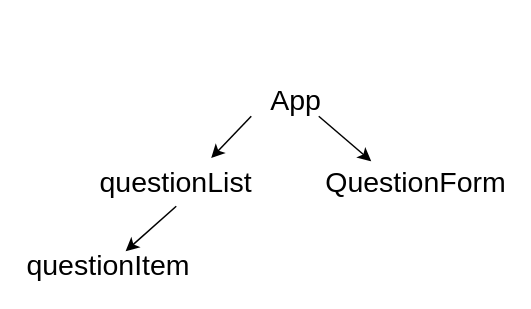
This is public/draw.drawio from Ketchuso/react-hooks-fetch-crud-lab, a draw.io file, before an edit. Source tidied: cells renumbered, new cells numbered last; positions are measured from the earlier drawing's top-left corner, leaving out a move shared by most shapes. Both pictures are drawn from the tidied source at 150%, with x=0, y=0 at pixel (26, 86).
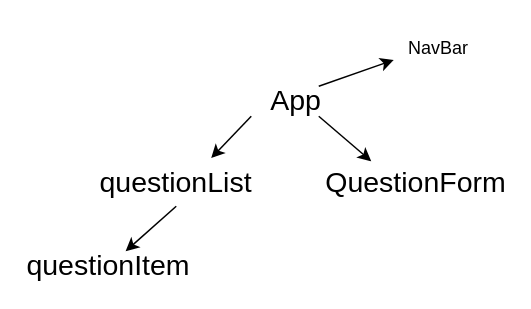
The same diagram, later.

Diff of the diagram source:
```diff
@@
 <mxGraphModel>
   <root>
     <mxCell id="0" />
     <mxCell id="1" parent="0" />
     <mxCell id="2" style="edgeStyle=none;html=1;exitX=0;exitY=1;exitDx=0;exitDy=0;entryX=0.694;entryY=-0.07;entryDx=0;entryDy=0;entryPerimeter=0;fontSize=19;" parent="1" edge="1" source="4" target="6">
       <mxGeometry relative="1" as="geometry" />
     </mxCell>
     <mxCell id="3" style="edgeStyle=none;html=1;exitX=0.75;exitY=1;exitDx=0;exitDy=0;entryX=0.25;entryY=0;entryDx=0;entryDy=0;fontSize=19;" parent="1" edge="1" source="4" target="7">
       <mxGeometry relative="1" as="geometry" />
     </mxCell>
+    <mxCell id="9" style="edgeStyle=none;html=1;exitX=0.75;exitY=0;exitDx=0;exitDy=0;entryX=0;entryY=0.75;entryDx=0;entryDy=0;" parent="1" edge="1" source="4" target="10">
+      <mxGeometry relative="1" as="geometry" />
+    </mxCell>
     <mxCell id="4" value="&lt;font style=&quot;font-size: 19px;&quot;&gt;App&lt;/font&gt;" style="text;strokeColor=none;align=center;fillColor=none;html=1;verticalAlign=middle;whiteSpace=wrap;rounded=0;strokeWidth=6;" parent="1" vertex="1">
       <mxGeometry x="150" width="60" height="20" as="geometry" />
     </mxCell>
     <mxCell id="5" style="edgeStyle=none;html=1;exitX=0.5;exitY=1;exitDx=0;exitDy=0;fontSize=19;" parent="1" edge="1" source="6" target="8">
       <mxGeometry relative="1" as="geometry" />
     </mxCell>
     <mxCell id="6" value="questionList" style="text;strokeColor=none;align=center;fillColor=none;html=1;verticalAlign=middle;whiteSpace=wrap;rounded=0;strokeWidth=6;fontSize=19;" parent="1" vertex="1">
       <mxGeometry x="40" y="50" width="120" height="30" as="geometry" />
     </mxCell>
     <mxCell id="7" value="QuestionForm" style="text;strokeColor=none;align=center;fillColor=none;html=1;verticalAlign=middle;whiteSpace=wrap;rounded=0;strokeWidth=6;fontSize=19;" parent="1" vertex="1">
       <mxGeometry x="200" y="50" width="120" height="30" as="geometry" />
     </mxCell>
     <mxCell id="8" value="questionItem" style="text;strokeColor=none;align=center;fillColor=none;html=1;verticalAlign=middle;whiteSpace=wrap;rounded=0;strokeWidth=6;fontSize=19;" parent="1" vertex="1">
       <mxGeometry y="110" width="110" height="20" as="geometry" />
     </mxCell>
+    <mxCell id="10" value="NavBar" style="text;strokeColor=none;align=center;fillColor=none;html=1;verticalAlign=middle;whiteSpace=wrap;rounded=0;" parent="1" vertex="1">
+      <mxGeometry x="245" y="-40" width="60" height="30" as="geometry" />
+    </mxCell>
   </root>
 </mxGraphModel>
```
